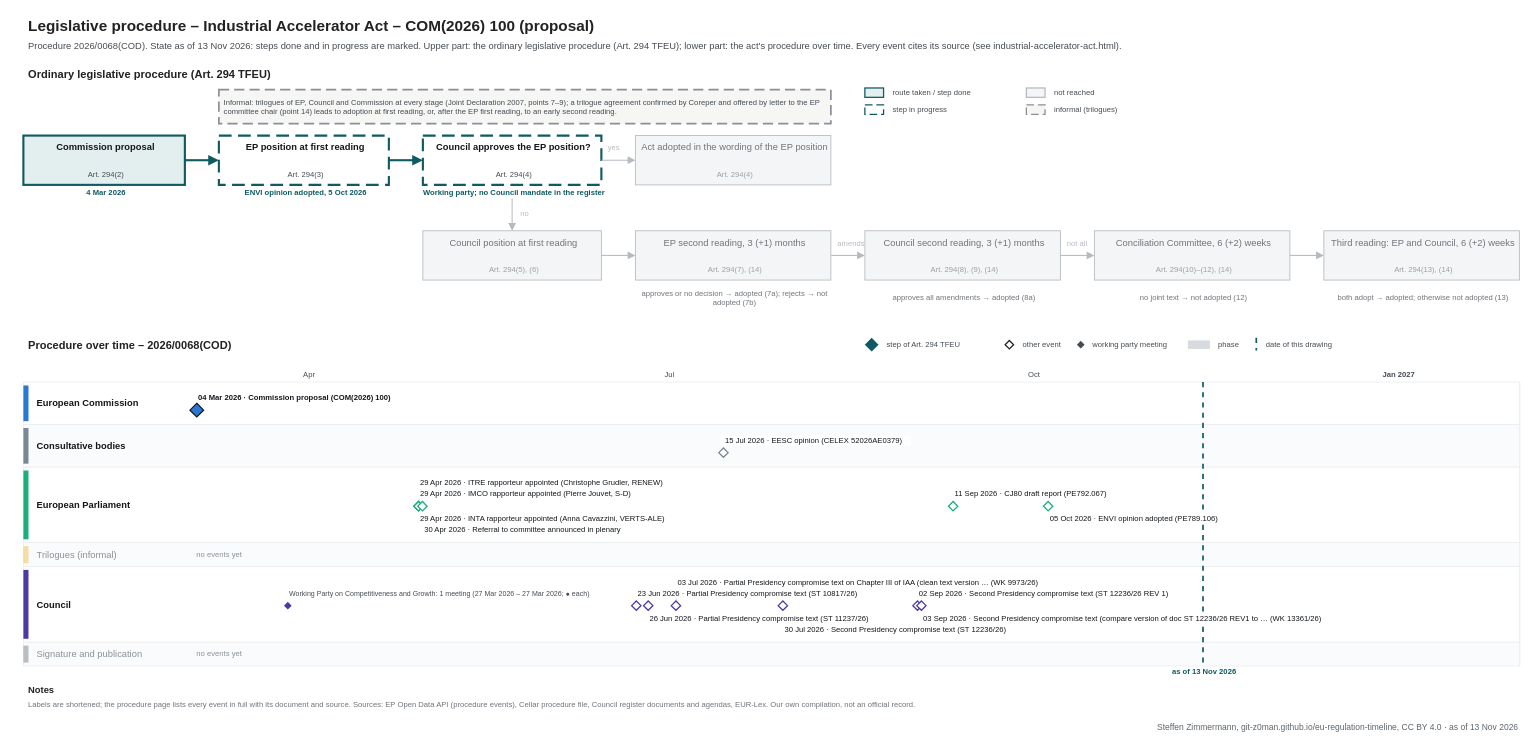
Before: procedures/industrial-accelerator-act.drawio in git-z0man/eu-regulation-timeline, a draw.io diagram. Source tidied: cells renumbered, new cells numbered last; positions are measured from the earlier drawing's top-left corner, leaving out a move shared by most shapes. Both pictures are drawn from the tidied source at 85%, with x=0, y=0 at pixel (14, 14).
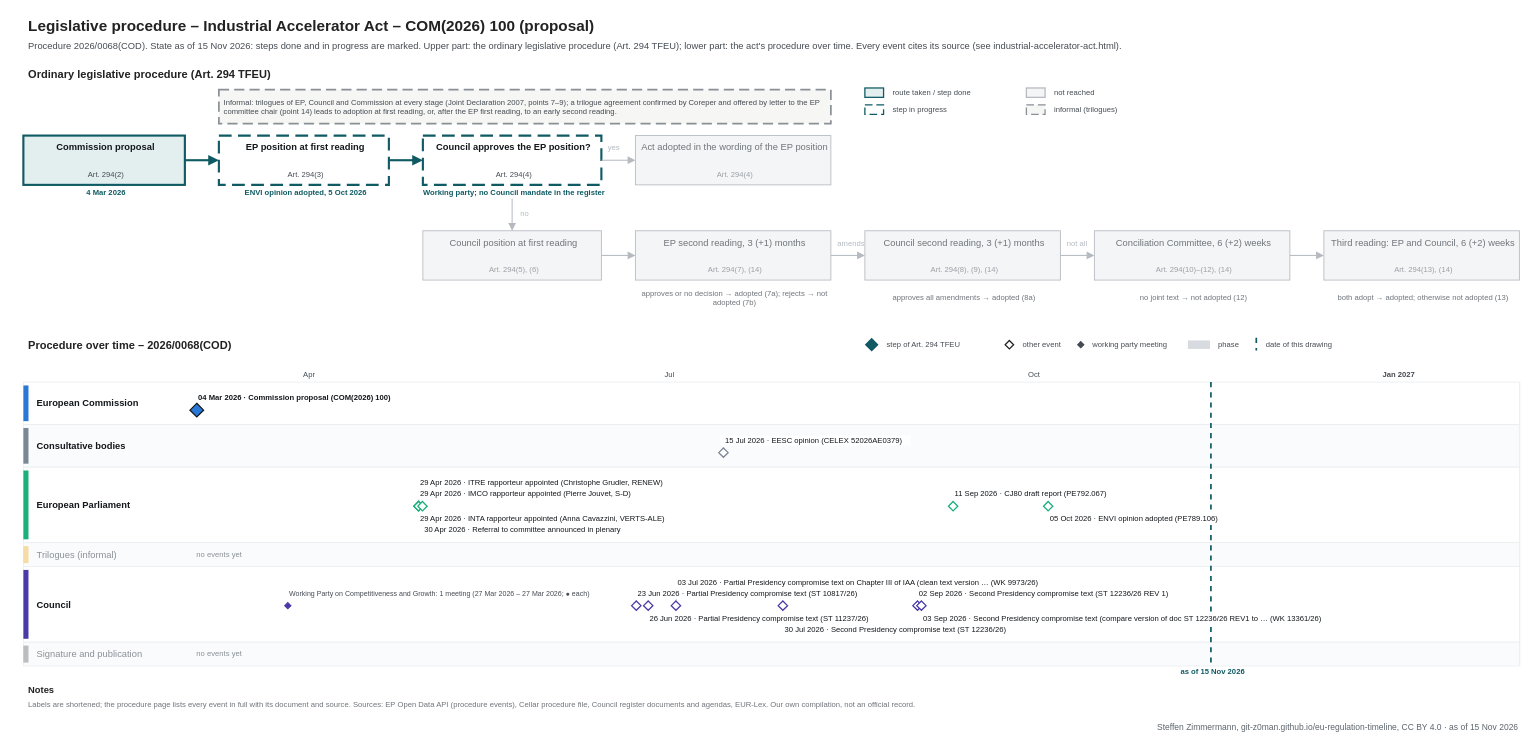
Above is the later version.

Change to the diagram source:
```diff
@@
-    <mxCell id="3" value="Procedure 2026/0068(COD). State as of 13 Nov 2026: steps done and in progress are marked. Upper part: the ordinary legislative procedure (Art. 294 TFEU); lower part: the act's procedure over time. Every event cites its source (see industrial-accelerator-act.html)." style="text;html=1;fontSize=11;fontColor=#454c53;align=left;verticalAlign=middle;spacingLeft=4;" parent="1" vertex="1">
+    <mxCell id="3" value="Procedure 2026/0068(COD). State as of 15 Nov 2026: steps done and in progress are marked. Upper part: the ordinary legislative procedure (Art. 294 TFEU); lower part: the act's procedure over time. Every event cites its source (see industrial-accelerator-act.html)." style="text;html=1;fontSize=11;fontColor=#454c53;align=left;verticalAlign=middle;spacingLeft=4;" parent="1" vertex="1">
       <mxGeometry x="10" y="28" width="1700" height="18" as="geometry" />
     </mxCell>
@@
     <mxCell id="108" style="line;html=1;strokeWidth=2;strokeColor=#0f5a63;direction=south;dashed=1;" parent="1" vertex="1">
-      <mxGeometry x="1397.3" y="432" width="1" height="334" as="geometry" />
+      <mxGeometry x="1406.6" y="432" width="1" height="334" as="geometry" />
     </mxCell>
-    <mxCell id="109" value="as of 13 Nov 2026" style="text;html=1;fontSize=9;fontColor=#0f5a63;align=center;verticalAlign=middle;spacingLeft=4;fontStyle=1;" parent="1" vertex="1">
-      <mxGeometry x="1337.3" y="767" width="120" height="12" as="geometry" />
+    <mxCell id="109" value="as of 15 Nov 2026" style="text;html=1;fontSize=9;fontColor=#0f5a63;align=center;verticalAlign=middle;spacingLeft=4;fontStyle=1;" parent="1" vertex="1">
+      <mxGeometry x="1346.6" y="767" width="120" height="12" as="geometry" />
     </mxCell>
@@
-    <mxCell id="146" value="Steffen Zimmermann, git-z0man.github.io/eu-regulation-timeline, CC BY 4.0 · as of 13 Nov 2026" style="text;html=1;fontSize=10;fontColor=#5b646b;align=right;verticalAlign=middle;spacingLeft=4;" parent="1" vertex="1">
+    <mxCell id="146" value="Steffen Zimmermann, git-z0man.github.io/eu-regulation-timeline, CC BY 4.0 · as of 15 Nov 2026" style="text;html=1;fontSize=10;fontColor=#5b646b;align=right;verticalAlign=middle;spacingLeft=4;" parent="1" vertex="1">
       <mxGeometry x="10" y="830" width="1760" height="16" as="geometry" />
     </mxCell>
```
